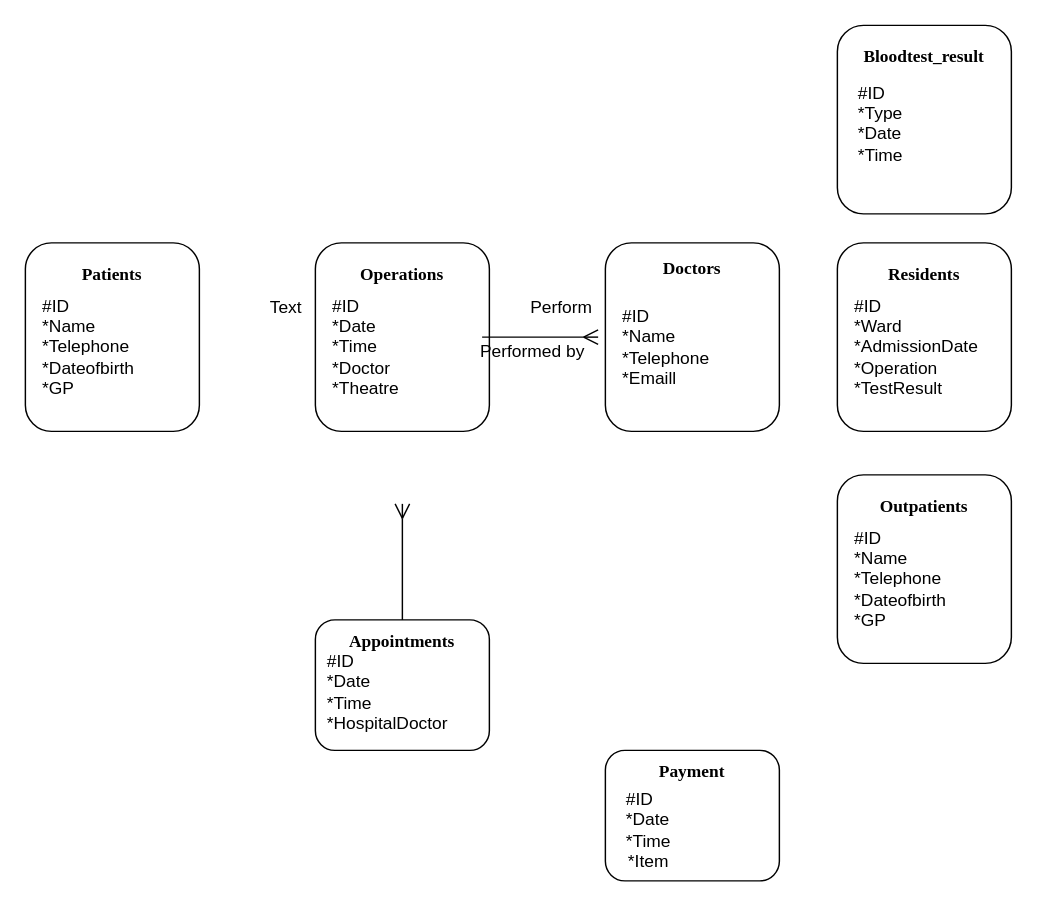
Earlier version of the draw.io diagram Assignment1DatabaseDesign.drawio (LordDdanielHan/test). Source tidied: cells renumbered, new cells numbered last; positions are measured from the earlier drawing's top-left corner, leaving out a move shared by most shapes. Both pictures are drawn from the tidied source at 145%, with x=0, y=0 at pixel (25, 25).
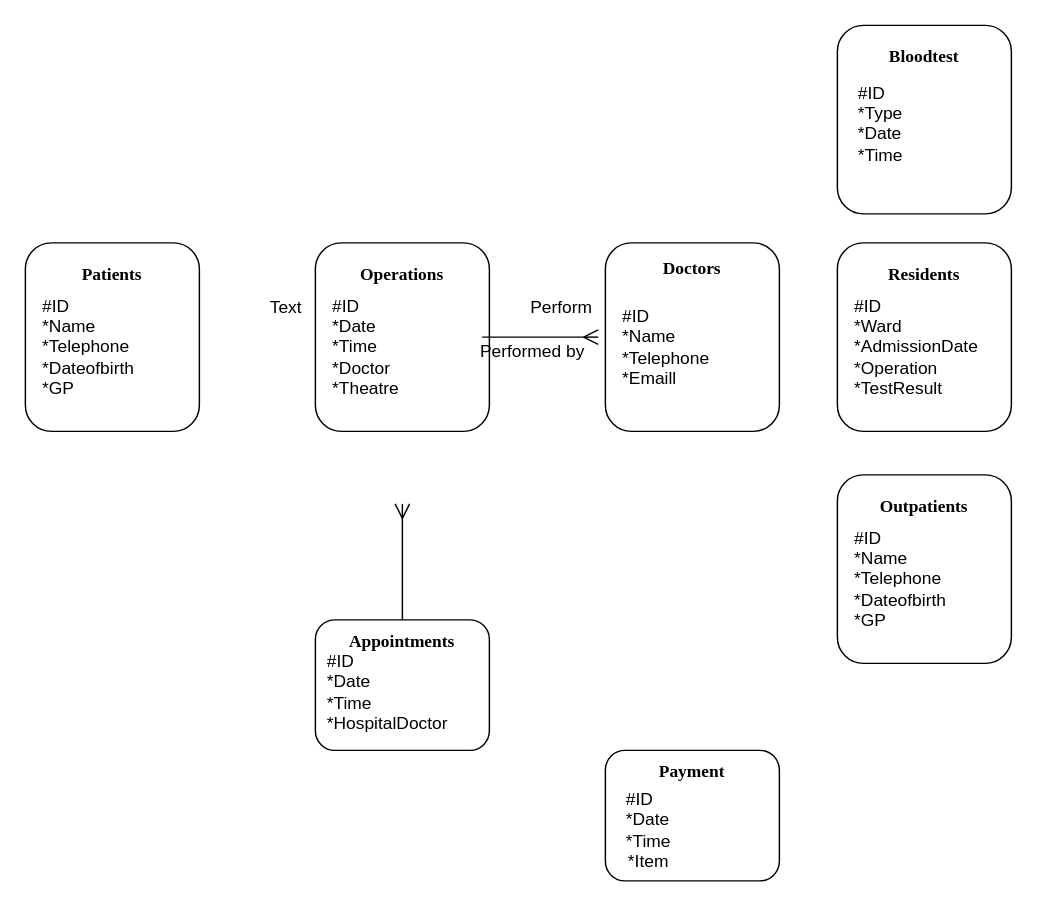
Above is the later version.

Unchanged cells that the change refers to:
```xml
<mxCell id="44" style="group;" parent="1" vertex="1">
  <mxGeometry x="560" width="120" height="90" as="geometry" />
</mxCell>
```

What changed in the source:
```diff
@@
-    <mxCell id="45" value="&lt;font face=&quot;Times New Roman&quot;&gt;&lt;b&gt;Bloodtest_result&lt;/b&gt;&lt;/font&gt;" style="text;html=1;align=center;verticalAlign=middle;whiteSpace=wrap;rounded=0;" parent="44" vertex="1">
+    <mxCell id="45" value="&lt;font face=&quot;Times New Roman&quot;&gt;&lt;b&gt;Bloodtest&lt;/b&gt;&lt;/font&gt;" style="text;html=1;align=center;verticalAlign=middle;whiteSpace=wrap;rounded=0;" parent="44" vertex="1">
       <mxGeometry width="120" height="43.3" as="geometry" />
     </mxCell>
```
